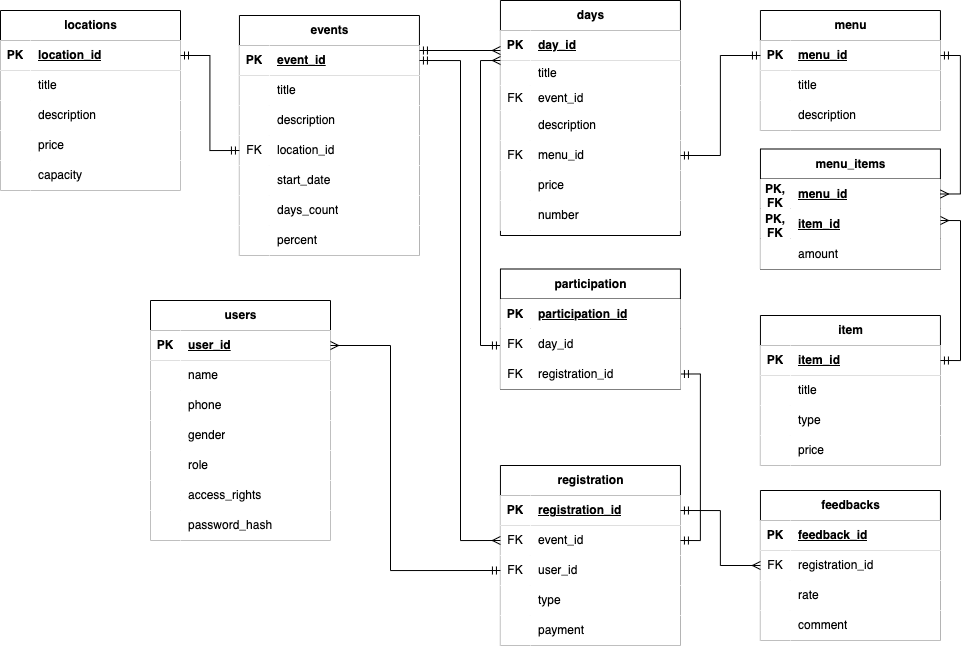
Earlier version of the draw.io export docs/database/images/db.png (Kori-Tamashi/Eventor). Source tidied: cells renumbered, new cells last; positions are measured from the earlier drawing's top-left corner, leaving out a move shared by most shapes.
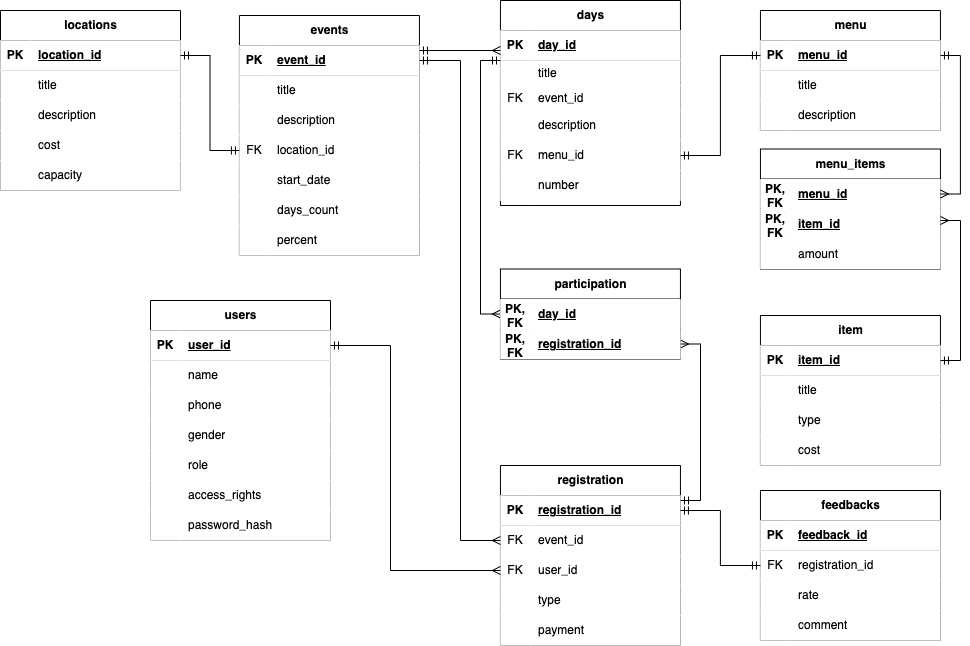
After the change.

Commit message:
(+) Нейминг и связи

Diff of the diagram source:
```diff
@@ -38,7 +38,7 @@
     <mxCell id="13" style="shape=partialRectangle;top=0;left=0;bottom=0;right=0;overflow=hidden;whiteSpace=wrap;html=1;" parent="12" vertex="1">
       <mxGeometry width="30" height="30" as="geometry" />
     </mxCell>
-    <mxCell id="14" value="price" style="shape=partialRectangle;top=0;left=0;bottom=0;right=0;align=left;spacingLeft=6;overflow=hidden;whiteSpace=wrap;html=1;" parent="12" vertex="1">
+    <mxCell id="14" value="cost" style="shape=partialRectangle;top=0;left=0;bottom=0;right=0;align=left;spacingLeft=6;overflow=hidden;whiteSpace=wrap;html=1;" parent="12" vertex="1">
       <mxGeometry x="30" width="150" height="30" as="geometry" />
     </mxCell>
     <mxCell id="15" style="shape=tableRow;horizontal=0;startSize=0;swimlaneHead=0;swimlaneBody=0;top=0;left=0;right=0;bottom=0;" parent="2" vertex="1">
@@ -117,7 +117,7 @@
       <mxGeometry x="30" width="150" height="30" as="geometry" />
     </mxCell>
     <mxCell id="40" value="days" style="shape=table;startSize=30;rowLines=0;fontStyle=1;align=center;html=1;" parent="1" vertex="1">
-      <mxGeometry x="499.9" width="180" height="235" as="geometry" />
+      <mxGeometry x="499.9" width="180" height="205" as="geometry" />
     </mxCell>
     <mxCell id="41" style="shape=tableRow;horizontal=0;startSize=0;swimlaneHead=0;swimlaneBody=0;top=0;left=0;right=0;bottom=1;" parent="40" vertex="1">
       <mxGeometry y="30" width="180" height="30" as="geometry" />
@@ -164,17 +164,8 @@
     <mxCell id="55" value="menu_id" style="shape=partialRectangle;top=0;left=0;bottom=0;right=0;align=left;spacingLeft=6;overflow=hidden;whiteSpace=wrap;html=1;" parent="53" vertex="1">
       <mxGeometry x="30" width="150" height="30" as="geometry" />
     </mxCell>
-    <mxCell id="56" style="shape=tableRow;horizontal=0;startSize=0;swimlaneHead=0;swimlaneBody=0;top=0;left=0;right=0;bottom=0;" parent="40" vertex="1">
-      <mxGeometry y="170" width="180" height="30" as="geometry" />
-    </mxCell>
-    <mxCell id="57" style="shape=partialRectangle;top=0;left=0;bottom=0;right=0;overflow=hidden;whiteSpace=wrap;html=1;" parent="56" vertex="1">
-      <mxGeometry width="30" height="30" as="geometry" />
-    </mxCell>
-    <mxCell id="58" value="price" style="shape=partialRectangle;top=0;left=0;bottom=0;right=0;align=left;spacingLeft=6;overflow=hidden;whiteSpace=wrap;html=1;" parent="56" vertex="1">
-      <mxGeometry x="30" width="150" height="30" as="geometry" />
-    </mxCell>
     <mxCell id="59" style="shape=tableRow;horizontal=0;startSize=0;swimlaneHead=0;swimlaneBody=0;top=0;left=0;right=0;bottom=0;" parent="40" vertex="1">
-      <mxGeometry y="200" width="180" height="30" as="geometry" />
+      <mxGeometry y="170" width="180" height="30" as="geometry" />
     </mxCell>
     <mxCell id="60" style="shape=partialRectangle;top=0;left=0;bottom=0;right=0;overflow=hidden;whiteSpace=wrap;html=1;" parent="59" vertex="1">
       <mxGeometry width="30" height="30" as="geometry" />
@@ -257,7 +248,7 @@
     <mxCell id="85" style="shape=partialRectangle;top=0;left=0;bottom=0;right=0;overflow=hidden;whiteSpace=wrap;html=1;" parent="84" vertex="1">
       <mxGeometry width="30" height="30" as="geometry" />
     </mxCell>
-    <mxCell id="86" value="&lt;div&gt;price&lt;/div&gt;" style="shape=partialRectangle;top=0;left=0;bottom=0;right=0;align=left;spacingLeft=6;overflow=hidden;whiteSpace=wrap;html=1;" parent="84" vertex="1">
+    <mxCell id="86" value="&lt;div&gt;cost&lt;/div&gt;" style="shape=partialRectangle;top=0;left=0;bottom=0;right=0;align=left;spacingLeft=6;overflow=hidden;whiteSpace=wrap;html=1;" parent="84" vertex="1">
       <mxGeometry x="30" width="150" height="30" as="geometry" />
     </mxCell>
     <mxCell id="87" value="menu_items" style="shape=table;startSize=30;rowLines=0;fontStyle=1;align=center;html=1;" parent="1" vertex="1">
@@ -458,7 +449,7 @@
     <mxCell id="150" value="comment" style="shape=partialRectangle;top=0;left=0;bottom=0;right=0;align=left;spacingLeft=6;overflow=hidden;whiteSpace=wrap;html=1;" parent="148" vertex="1">
       <mxGeometry x="30" width="150" height="30" as="geometry" />
     </mxCell>
-    <mxCell id="151" style="edgeStyle=orthogonalEdgeStyle;rounded=0;jettySize=auto;html=1;exitX=0;exitY=0.5;exitDx=0;exitDy=0;startArrow=ERmandOne;startFill=0;endArrow=ERmany;endFill=0;entryX=1;entryY=0.5;entryDx=0;entryDy=0;" parent="1" edge="1" source="129" target="101">
+    <mxCell id="151" style="edgeStyle=orthogonalEdgeStyle;rounded=0;jettySize=auto;html=1;exitX=0;exitY=0.5;exitDx=0;exitDy=0;startArrow=ERmany;startFill=0;endArrow=ERmandOne;endFill=0;entryX=1;entryY=0.5;entryDx=0;entryDy=0;" parent="1" edge="1" source="129" target="101">
       <mxGeometry relative="1" as="geometry">
         <Array as="points">
           <mxPoint x="390" y="570" />
@@ -466,17 +457,16 @@
         </Array>
       </mxGeometry>
     </mxCell>
-    <mxCell id="152" style="edgeStyle=orthogonalEdgeStyle;rounded=0;orthogonalLoop=1;jettySize=auto;html=1;exitX=0;exitY=0.5;exitDx=0;exitDy=0;startArrow=ERmandOne;startFill=0;endArrow=ERmany;endFill=0;" parent="1" edge="1">
+    <mxCell id="152" style="edgeStyle=orthogonalEdgeStyle;rounded=0;jettySize=auto;html=1;exitX=0;exitY=0.5;exitDx=0;exitDy=0;startArrow=ERmany;startFill=0;endArrow=ERmandOne;endFill=0;" parent="1" edge="1" source="157">
       <mxGeometry relative="1" as="geometry">
-        <mxPoint x="499.9" y="345" as="sourcePoint" />
         <mxPoint x="500" y="60" as="targetPoint" />
         <Array as="points">
-          <mxPoint x="480" y="345" />
+          <mxPoint x="480" y="314" />
           <mxPoint x="480" y="60" />
         </Array>
       </mxGeometry>
     </mxCell>
-    <mxCell id="153" style="edgeStyle=orthogonalEdgeStyle;rounded=0;jettySize=auto;html=1;exitX=0;exitY=0.5;exitDx=0;exitDy=0;entryX=1;entryY=0.5;entryDx=0;entryDy=0;startArrow=ERmany;startFill=0;endArrow=ERmandOne;endFill=0;" parent="1" edge="1" source="142" target="123">
+    <mxCell id="153" style="edgeStyle=orthogonalEdgeStyle;rounded=0;jettySize=auto;html=1;exitX=0;exitY=0.5;exitDx=0;exitDy=0;entryX=1;entryY=0.5;entryDx=0;entryDy=0;startArrow=ERmandOne;startFill=0;endArrow=ERmandOne;endFill=0;" parent="1" edge="1" source="142" target="123">
       <mxGeometry relative="1" as="geometry" />
     </mxCell>
     <mxCell id="154" style="edgeStyle=orthogonalEdgeStyle;rounded=0;jettySize=auto;html=1;exitX=0;exitY=0.5;exitDx=0;exitDy=0;startArrow=ERmany;startFill=0;endArrow=ERmandOne;endFill=0;entryX=1;entryY=0.5;entryDx=0;entryDy=0;" parent="1" edge="1" source="126" target="19">
@@ -487,37 +477,34 @@
         </Array>
       </mxGeometry>
     </mxCell>
-    <mxCell id="155" style="edgeStyle=orthogonalEdgeStyle;rounded=0;jettySize=auto;html=1;exitX=1;exitY=0.5;exitDx=0;exitDy=0;entryX=1;entryY=0.5;entryDx=0;entryDy=0;startArrow=ERmandOne;startFill=0;endArrow=ERmandOne;endFill=0;" parent="1" edge="1" source="126" target="163">
-      <mxGeometry relative="1" as="geometry" />
+    <mxCell id="155" style="edgeStyle=orthogonalEdgeStyle;rounded=0;jettySize=auto;html=1;entryX=1;entryY=0.5;entryDx=0;entryDy=0;startArrow=ERmandOne;startFill=0;endArrow=ERmany;endFill=0;" parent="1" edge="1" target="163">
+      <mxGeometry relative="1" as="geometry">
+        <mxPoint x="680" y="500" as="sourcePoint" />
+        <Array as="points">
+          <mxPoint x="700" y="500" />
+          <mxPoint x="700" y="344" />
+        </Array>
+      </mxGeometry>
     </mxCell>
     <mxCell id="156" value="participation" style="shape=table;startSize=30;rowLines=0;fontStyle=1;align=center;html=1;" parent="1" vertex="1">
-      <mxGeometry x="499.9" y="268.5" width="180" height="120" as="geometry" />
+      <mxGeometry x="499.9" y="268.5" width="180" height="90" as="geometry" />
     </mxCell>
     <mxCell id="157" style="shape=tableRow;horizontal=0;startSize=0;swimlaneHead=0;swimlaneBody=0;points=[[0,0.5],[1,0.5]];portConstraint=eastwest;top=0;left=0;right=0;bottom=1;" parent="156" vertex="1">
       <mxGeometry y="30" width="180" height="30" as="geometry" />
     </mxCell>
-    <mxCell id="158" value="PK" style="shape=partialRectangle;top=0;left=0;bottom=0;right=0;fontStyle=1;overflow=hidden;whiteSpace=wrap;html=1;" parent="157" vertex="1">
+    <mxCell id="158" value="PK, FK" style="shape=partialRectangle;top=0;left=0;bottom=0;right=0;fontStyle=1;overflow=hidden;whiteSpace=wrap;html=1;" parent="157" vertex="1">
       <mxGeometry width="30" height="30" as="geometry" />
     </mxCell>
-    <mxCell id="159" value="&lt;span style=&quot;text-align: center; text-wrap: nowrap;&quot;&gt;participation_id&lt;/span&gt;" style="shape=partialRectangle;top=0;left=0;bottom=0;right=0;align=left;spacingLeft=6;fontStyle=5;overflow=hidden;whiteSpace=wrap;html=1;" parent="157" vertex="1">
+    <mxCell id="159" value="day_id" style="shape=partialRectangle;top=0;left=0;bottom=0;right=0;align=left;spacingLeft=6;fontStyle=5;overflow=hidden;whiteSpace=wrap;html=1;" parent="157" vertex="1">
       <mxGeometry x="30" width="150" height="30" as="geometry" />
     </mxCell>
-    <mxCell id="160" style="shape=tableRow;horizontal=0;startSize=0;swimlaneHead=0;swimlaneBody=0;top=0;left=0;right=0;bottom=0;" parent="156" vertex="1">
-      <mxGeometry y="60" width="180" height="30" as="geometry" />
-    </mxCell>
-    <mxCell id="161" value="FK" style="shape=partialRectangle;top=0;left=0;bottom=0;right=0;overflow=hidden;whiteSpace=wrap;html=1;" parent="160" vertex="1">
-      <mxGeometry width="30" height="30" as="geometry" />
-    </mxCell>
-    <mxCell id="162" value="&lt;div&gt;day_id&lt;/div&gt;" style="shape=partialRectangle;top=0;left=0;bottom=0;right=0;align=left;spacingLeft=6;overflow=hidden;whiteSpace=wrap;html=1;" parent="160" vertex="1">
-      <mxGeometry x="30" width="150" height="30" as="geometry" />
-    </mxCell>
     <mxCell id="163" style="shape=tableRow;horizontal=0;startSize=0;swimlaneHead=0;swimlaneBody=0;points=[[0,0.5],[1,0.5]];portConstraint=eastwest;top=0;left=0;right=0;bottom=0;" parent="156" vertex="1">
-      <mxGeometry y="90" width="180" height="30" as="geometry" />
+      <mxGeometry y="60" width="180" height="30" as="geometry" />
     </mxCell>
-    <mxCell id="164" value="FK" style="shape=partialRectangle;top=0;left=0;bottom=0;right=0;overflow=hidden;whiteSpace=wrap;html=1;" parent="163" vertex="1">
+    <mxCell id="164" value="&lt;b&gt;РК, FK&lt;/b&gt;" style="shape=partialRectangle;top=0;left=0;bottom=0;right=0;overflow=hidden;whiteSpace=wrap;html=1;" parent="163" vertex="1">
       <mxGeometry width="30" height="30" as="geometry" />
     </mxCell>
-    <mxCell id="165" value="registration_id" style="shape=partialRectangle;top=0;left=0;bottom=0;right=0;align=left;spacingLeft=6;overflow=hidden;whiteSpace=wrap;html=1;" parent="163" vertex="1">
+    <mxCell id="165" value="&lt;b&gt;&lt;u&gt;registration_id&lt;/u&gt;&lt;/b&gt;" style="shape=partialRectangle;top=0;left=0;bottom=0;right=0;align=left;spacingLeft=6;overflow=hidden;whiteSpace=wrap;html=1;" parent="163" vertex="1">
       <mxGeometry x="30" width="150" height="30" as="geometry" />
     </mxCell>
   </root>
```
